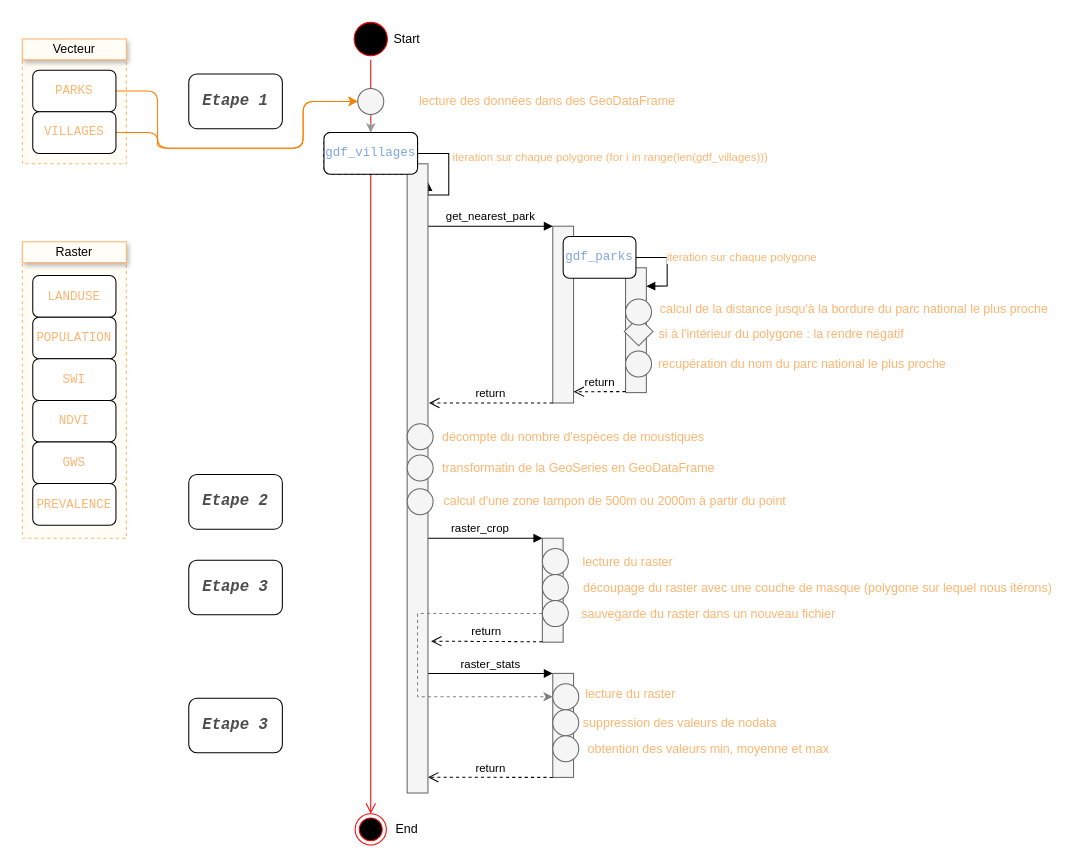
This is page "Par villages" (2 of 3) of docs/INPMT_simple.drawio from pierre-manchon/INPMT, a draw.io file, before an edit. Source tidied: cells renumbered, new cells numbered last; positions are measured from the earlier drawing's top-left corner, leaving out a move shared by most shapes. Both pictures are drawn from the tidied source at 104%, with x=0, y=0 at pixel (22, 18).
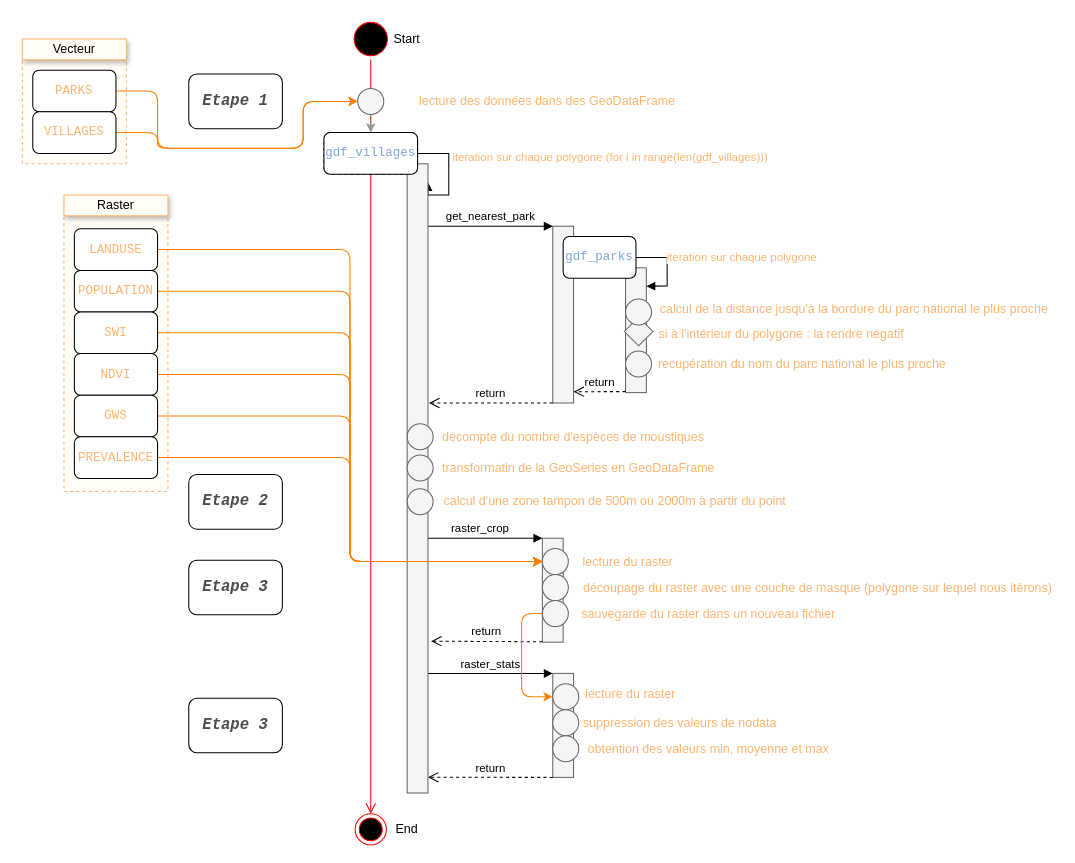
Above is the later version.

The change refers to these unchanged cells:
```xml
<mxCell id="50" style="ellipse;whiteSpace=wrap;html=1;rounded=1;shadow=0;glass=0;labelBackgroundColor=none;sketch=0;fontColor=#333333;strokeColor=#666666;strokeWidth=1;fillColor=#f5f5f5;" parent="1" vertex="1">
  <mxGeometry x="500" y="510" width="25" height="25" as="geometry" />
</mxCell>
<mxCell id="52" style="ellipse;whiteSpace=wrap;html=1;rounded=1;shadow=0;glass=0;labelBackgroundColor=none;sketch=0;fontColor=#333333;strokeColor=#666666;strokeWidth=1;fillColor=#f5f5f5;" parent="1" vertex="1">
  <mxGeometry x="500" y="560" width="25" height="25" as="geometry" />
</mxCell>
<mxCell id="53" style="ellipse;whiteSpace=wrap;html=1;rounded=1;shadow=0;glass=0;labelBackgroundColor=none;sketch=0;fontColor=#333333;strokeColor=#666666;strokeWidth=1;fillColor=#f5f5f5;" parent="1" vertex="1">
  <mxGeometry x="510" y="640" width="25" height="25" as="geometry" />
</mxCell>
```

The edit, as a diff of the source:
```diff
@@
     <mxCell id="4" style="rounded=0;whiteSpace=wrap;html=1;labelBackgroundColor=none;dashed=1;strokeColor=#FFB570;fillColor=#FFFDF5;" parent="1" vertex="1">
-      <mxGeometry y="235" width="100" height="265" as="geometry" />
+      <mxGeometry x="40" y="190" width="100" height="265" as="geometry" />
     </mxCell>
@@
     <mxCell id="26" value="Raster" style="rounded=0;whiteSpace=wrap;html=1;labelBackgroundColor=none;glass=0;shadow=1;strokeColor=#FFB570;fillColor=#FFFDF5;" parent="1" vertex="1">
-      <mxGeometry y="215" width="100" height="20" as="geometry" />
+      <mxGeometry x="40" y="170" width="100" height="20" as="geometry" />
     </mxCell>
+    <mxCell id="70" style="edgeStyle=orthogonalEdgeStyle;rounded=1;jettySize=auto;html=1;exitX=1;exitY=0.5;exitDx=0;exitDy=0;entryX=0;entryY=0.5;entryDx=0;entryDy=0;fontSize=15;fontColor=#FFB570;strokeColor=#FF8000;strokeWidth=1;" parent="1" edge="1" source="27" target="50">
+      <mxGeometry relative="1" as="geometry" />
+    </mxCell>
     <mxCell id="27" value="&lt;pre style=&quot;font-family: &amp;quot;fira code&amp;quot; , monospace&quot;&gt;&lt;span&gt;LANDUSE&lt;/span&gt;&lt;/pre&gt;" style="rounded=1;whiteSpace=wrap;html=1;sketch=0;shadow=0;labelBackgroundColor=none;strokeWidth=1;fontColor=#FFB570;" parent="1" vertex="1">
-      <mxGeometry x="10" y="247.5" width="80" height="40" as="geometry" />
+      <mxGeometry x="50" y="202.5" width="80" height="40" as="geometry" />
     </mxCell>
@@
-    <mxCell id="48" style="edgeStyle=orthogonalEdgeStyle;rounded=0;jettySize=auto;html=1;entryX=0;entryY=0.5;entryDx=0;entryDy=0;dashed=1;fontColor=#FFB570;strokeWidth=1;exitX=0;exitY=0.5;exitDx=0;exitDy=0;strokeColor=#808080;" parent="1" edge="1" source="52" target="53">
-      <mxGeometry relative="1" as="geometry">
-        <Array as="points">
-          <mxPoint x="380" y="573" />
-          <mxPoint x="380" y="653" />
-          <mxPoint x="510" y="653" />
-        </Array>
-      </mxGeometry>
-    </mxCell>
@@
+    <mxCell id="48" style="edgeStyle=orthogonalEdgeStyle;rounded=1;jettySize=auto;html=1;exitX=0;exitY=0.5;exitDx=0;exitDy=0;entryX=0;entryY=0.5;entryDx=0;entryDy=0;fontSize=15;fontColor=#FFB570;strokeColor=#FF8000;strokeWidth=1;" parent="1" edge="1" source="52" target="53">
+      <mxGeometry relative="1" as="geometry" />
+    </mxCell>
@@
+    <mxCell id="71" style="edgeStyle=orthogonalEdgeStyle;rounded=1;jettySize=auto;html=1;exitX=1;exitY=0.5;exitDx=0;exitDy=0;entryX=0;entryY=0.5;entryDx=0;entryDy=0;fontSize=15;fontColor=#FFB570;strokeColor=#FF8000;strokeWidth=1;" parent="1" edge="1" source="60" target="50">
+      <mxGeometry relative="1" as="geometry" />
+    </mxCell>
     <mxCell id="60" value="&lt;pre style=&quot;font-family: &amp;quot;fira code&amp;quot; , monospace&quot;&gt;&lt;span&gt;POPULATION&lt;/span&gt;&lt;/pre&gt;" style="rounded=1;whiteSpace=wrap;html=1;sketch=0;shadow=0;labelBackgroundColor=none;strokeWidth=1;fontColor=#FFB570;" parent="1" vertex="1">
-      <mxGeometry x="10" y="287.5" width="80" height="40" as="geometry" />
+      <mxGeometry x="50" y="242.5" width="80" height="40" as="geometry" />
     </mxCell>
+    <mxCell id="72" style="edgeStyle=orthogonalEdgeStyle;rounded=1;jettySize=auto;html=1;exitX=1;exitY=0.5;exitDx=0;exitDy=0;entryX=0;entryY=0.5;entryDx=0;entryDy=0;fontSize=15;fontColor=#FFB570;strokeColor=#FF8000;strokeWidth=1;" parent="1" edge="1" source="61" target="50">
+      <mxGeometry relative="1" as="geometry" />
+    </mxCell>
     <mxCell id="61" value="&lt;pre style=&quot;font-family: &amp;quot;fira code&amp;quot; , monospace&quot;&gt;&lt;span&gt;SWI&lt;/span&gt;&lt;/pre&gt;" style="rounded=1;whiteSpace=wrap;html=1;sketch=0;shadow=0;labelBackgroundColor=none;strokeWidth=1;fontColor=#FFB570;" parent="1" vertex="1">
-      <mxGeometry x="10" y="327.5" width="80" height="40" as="geometry" />
+      <mxGeometry x="50" y="282.5" width="80" height="40" as="geometry" />
     </mxCell>
+    <mxCell id="73" style="edgeStyle=orthogonalEdgeStyle;rounded=1;jettySize=auto;html=1;exitX=1;exitY=0.5;exitDx=0;exitDy=0;entryX=0;entryY=0.5;entryDx=0;entryDy=0;fontSize=15;fontColor=#FFB570;strokeColor=#FF8000;strokeWidth=1;" parent="1" edge="1" source="62" target="50">
+      <mxGeometry relative="1" as="geometry" />
+    </mxCell>
     <mxCell id="62" value="&lt;pre style=&quot;font-family: &amp;quot;fira code&amp;quot; , monospace&quot;&gt;&lt;span&gt;NDVI&lt;/span&gt;&lt;/pre&gt;" style="rounded=1;whiteSpace=wrap;html=1;sketch=0;shadow=0;labelBackgroundColor=none;strokeWidth=1;fontColor=#FFB570;" parent="1" vertex="1">
-      <mxGeometry x="10" y="367.5" width="80" height="40" as="geometry" />
+      <mxGeometry x="50" y="322.5" width="80" height="40" as="geometry" />
     </mxCell>
+    <mxCell id="74" style="edgeStyle=orthogonalEdgeStyle;rounded=1;jettySize=auto;html=1;exitX=1;exitY=0.5;exitDx=0;exitDy=0;entryX=0;entryY=0.5;entryDx=0;entryDy=0;fontSize=15;fontColor=#FFB570;strokeColor=#FF8000;strokeWidth=1;" parent="1" edge="1" source="63" target="50">
+      <mxGeometry relative="1" as="geometry" />
+    </mxCell>
     <mxCell id="63" value="&lt;pre style=&quot;font-family: &amp;quot;fira code&amp;quot; , monospace&quot;&gt;&lt;span&gt;GWS&lt;/span&gt;&lt;/pre&gt;" style="rounded=1;whiteSpace=wrap;html=1;sketch=0;shadow=0;labelBackgroundColor=none;strokeWidth=1;fontColor=#FFB570;" parent="1" vertex="1">
-      <mxGeometry x="10" y="407.5" width="80" height="40" as="geometry" />
+      <mxGeometry x="50" y="362.5" width="80" height="40" as="geometry" />
     </mxCell>
+    <mxCell id="75" style="edgeStyle=orthogonalEdgeStyle;rounded=1;jettySize=auto;html=1;exitX=1;exitY=0.5;exitDx=0;exitDy=0;entryX=0;entryY=0.5;entryDx=0;entryDy=0;fontSize=15;fontColor=#FFB570;strokeColor=#FF8000;strokeWidth=1;" parent="1" edge="1" source="64" target="50">
+      <mxGeometry relative="1" as="geometry" />
+    </mxCell>
     <mxCell id="64" value="&lt;pre style=&quot;font-family: &amp;quot;fira code&amp;quot; , monospace&quot;&gt;&lt;span&gt;PREVALENCE&lt;/span&gt;&lt;/pre&gt;" style="rounded=1;whiteSpace=wrap;html=1;sketch=0;shadow=0;labelBackgroundColor=none;strokeWidth=1;fontColor=#FFB570;" parent="1" vertex="1">
-      <mxGeometry x="10" y="447.5" width="80" height="40" as="geometry" />
+      <mxGeometry x="50" y="402.5" width="80" height="40" as="geometry" />
     </mxCell>
```
